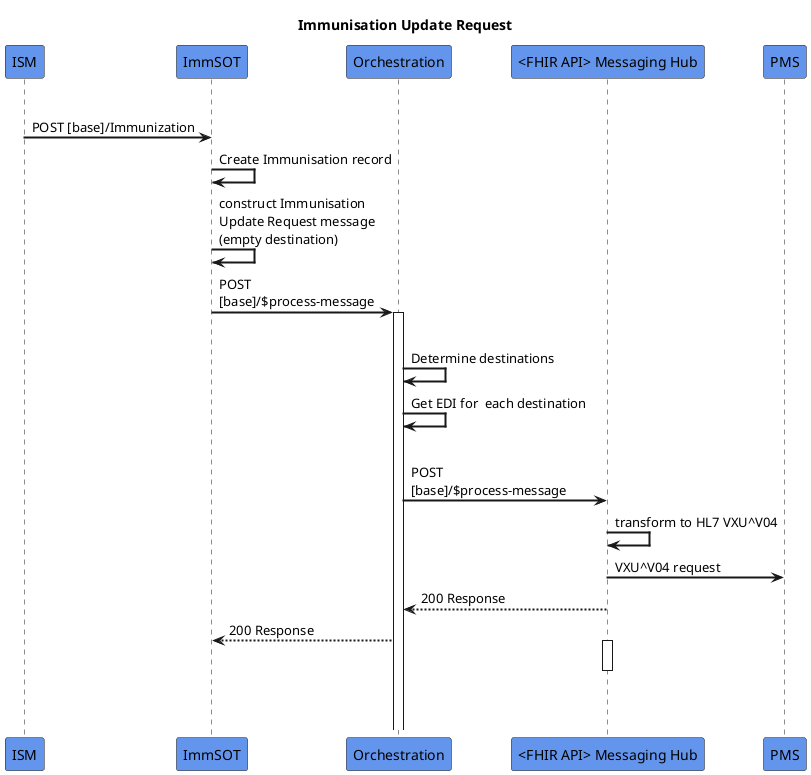
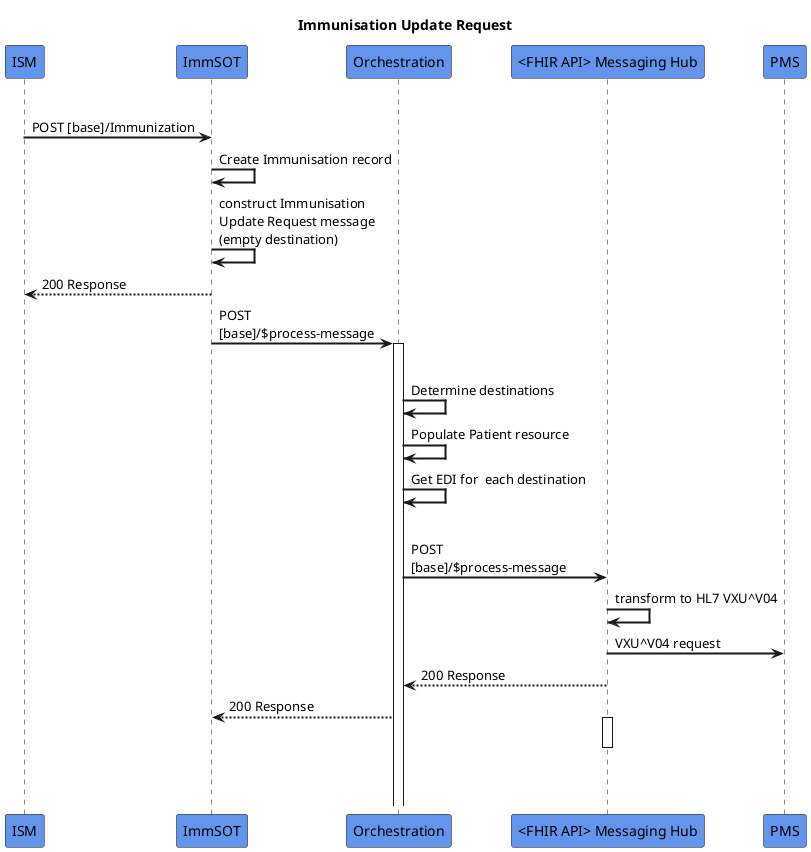
@startuml
skinparam sequenceArrowThickness 2
skinparam roundcorner 5
skinparam maxmessagesize 180
skinparam sequenceParticipant bold
title  Immunisation Update Request
participant "ISM" as AA #CornflowerBlue
participant "ImmSOT" as A #CornflowerBlue
participant "Orchestration" as B #CornflowerBlue
participant "<FHIR API> Messaging Hub" as C #CornflowerBlue
participant "PMS" as D #CornflowerBlue
|||

AA -> A: POST [base]/Immunization
A -> A: Create Immunisation record
A -> A: construct Immunisation Update Request message (empty destination)
+ A -[dashed]-> AA:  200 Response
A -> B: POST [base]/$process-message
+ 
activate B
|||
B -> B: Determine destinations
+ B -> B: Populate Patient resource
B -> B: Get EDI for  each destination
|||
B -> C: POST [base]/$process-message
C -> C:  transform to HL7 VXU^V04
C -> D: VXU^V04 request
- C [dashed]-> B:  200 Response
+ C -[dashed]-> B:  200 Response
B -[dashed]-> A: 200 Response
activate C
|||
deactivate C
|||
@enduml